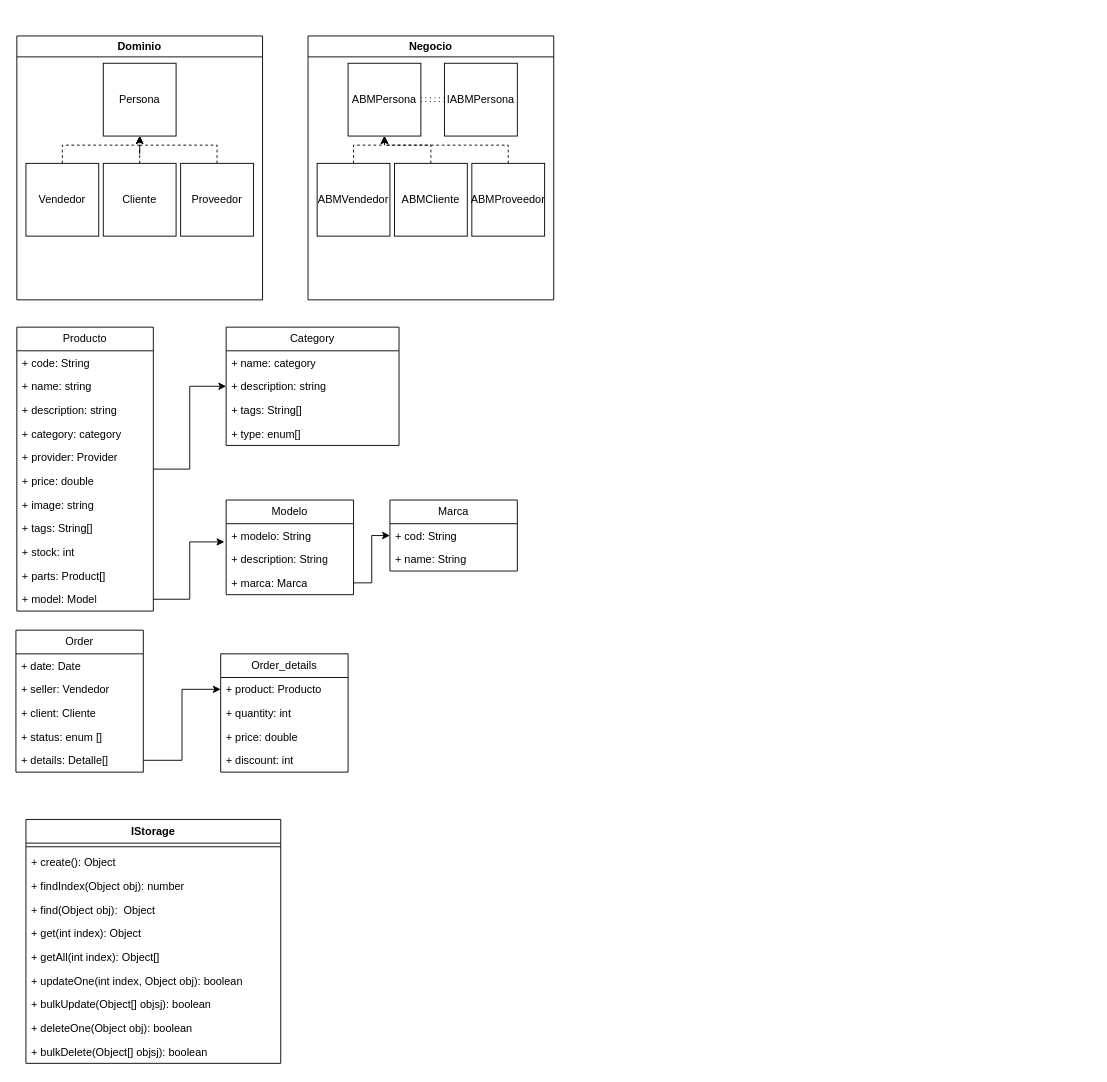
The draw.io diagram classdiagra.drawio in sirferra/practico-interfaz-grafica, before the edit. Source tidied: cells renumbered, new cells numbered last; positions are measured from the earlier drawing's top-left corner, leaving out a move shared by most shapes. Both pictures are drawn from the tidied source at 91%, with x=0, y=0 at pixel (15, 35).
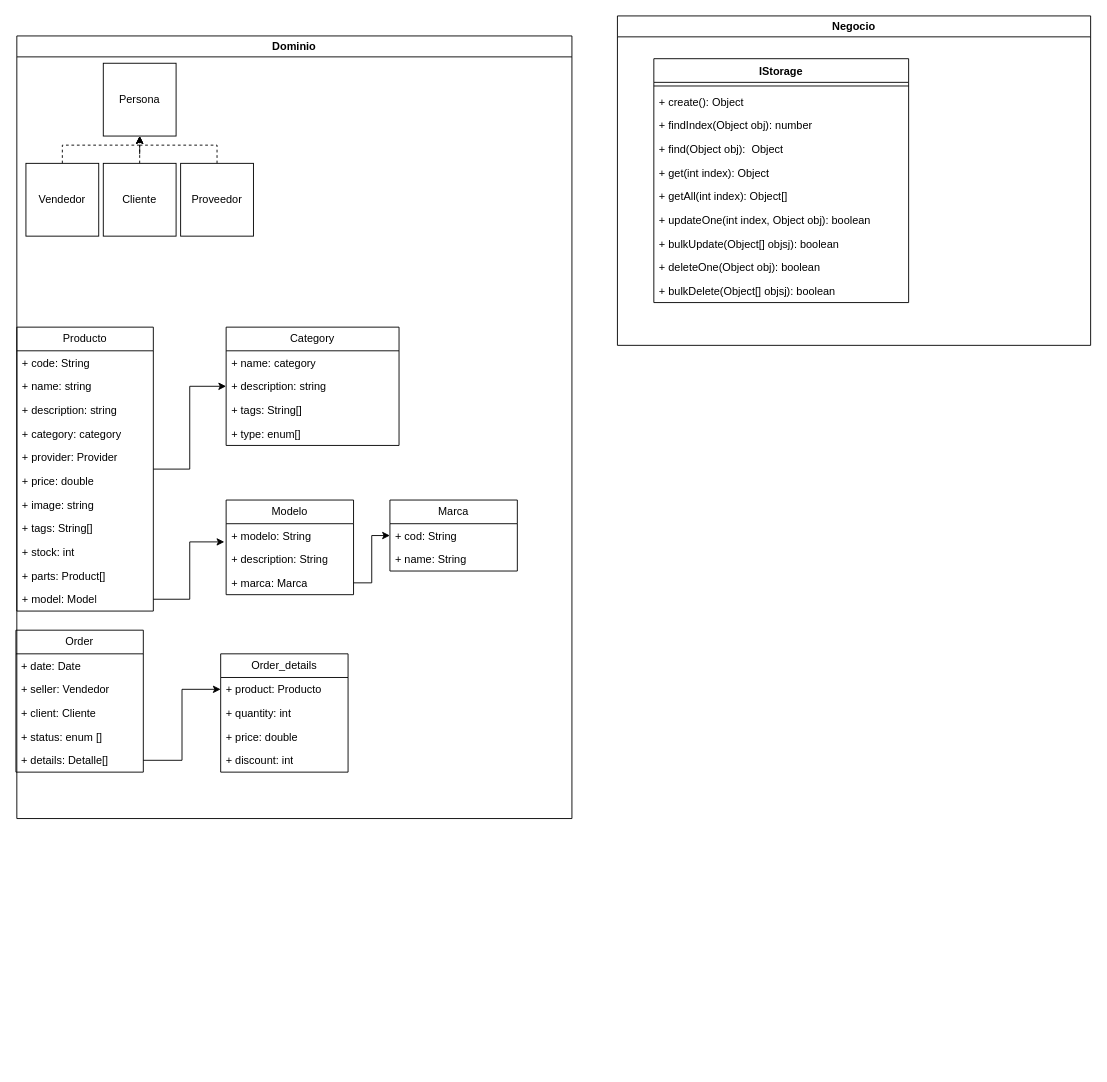
The same page after the edit.

Commit message:
chore: actualizo classDiagram

What changed in the source:
```diff
@@
     <mxCell id="2" value="Dominio" style="swimlane;whiteSpace=wrap;html=1;" parent="1" vertex="1">
-      <mxGeometry x="1" width="270" height="290" as="geometry" />
+      <mxGeometry x="1" width="610" height="860" as="geometry" />
     </mxCell>
@@
     <mxCell id="10" value="N&lt;span style=&quot;background-color: initial;&quot;&gt;egocio&lt;/span&gt;" style="swimlane;whiteSpace=wrap;html=1;" parent="1" vertex="1">
-      <mxGeometry x="321" width="270" height="290" as="geometry" />
+      <mxGeometry x="661" y="-22" width="520" height="362" as="geometry" />
     </mxCell>
-    <mxCell id="11" value="&lt;div&gt;&lt;span style=&quot;background-color: initial;&quot;&gt;ABMPersona&lt;/span&gt;&lt;br&gt;&lt;/div&gt;" style="whiteSpace=wrap;html=1;" parent="10" vertex="1">
-      <mxGeometry x="44" y="30" width="80" height="80" as="geometry" />
-    </mxCell>
-    <mxCell id="12" style="edgeStyle=orthogonalEdgeStyle;rounded=0;jettySize=auto;html=1;entryX=0.5;entryY=1;entryDx=0;entryDy=0;dashed=1;" parent="10" edge="1" source="13" target="11">
-      <mxGeometry relative="1" as="geometry">
-        <Array as="points">
-          <mxPoint x="50" y="120" />
-          <mxPoint x="84" y="120" />
-        </Array>
-      </mxGeometry>
-    </mxCell>
-    <mxCell id="13" value="ABMVendedor" style="whiteSpace=wrap;html=1;" parent="10" vertex="1">
-      <mxGeometry x="10" y="140" width="80" height="80" as="geometry" />
-    </mxCell>
-    <mxCell id="14" style="edgeStyle=orthogonalEdgeStyle;rounded=0;jettySize=auto;html=1;dashed=1;" parent="10" edge="1" source="15" target="11">
-      <mxGeometry relative="1" as="geometry">
-        <Array as="points">
-          <mxPoint x="135" y="120" />
-          <mxPoint x="84" y="120" />
-        </Array>
-      </mxGeometry>
-    </mxCell>
-    <mxCell id="15" value="ABMCliente" style="whiteSpace=wrap;html=1;" parent="10" vertex="1">
-      <mxGeometry x="95" y="140" width="80" height="80" as="geometry" />
-    </mxCell>
-    <mxCell id="16" style="edgeStyle=orthogonalEdgeStyle;rounded=0;jettySize=auto;html=1;entryX=0.5;entryY=1;entryDx=0;entryDy=0;dashed=1;" parent="10" edge="1" source="17" target="11">
-      <mxGeometry relative="1" as="geometry">
-        <Array as="points">
-          <mxPoint x="220" y="120" />
-          <mxPoint x="84" y="120" />
-        </Array>
-      </mxGeometry>
-    </mxCell>
-    <mxCell id="17" value="ABMProveedor" style="whiteSpace=wrap;html=1;" parent="10" vertex="1">
-      <mxGeometry x="180" y="140" width="80" height="80" as="geometry" />
-    </mxCell>
-    <mxCell id="18" style="edgeStyle=orthogonalEdgeStyle;rounded=0;jettySize=auto;html=1;entryX=1;entryY=0.5;entryDx=0;entryDy=0;dashed=1;dashPattern=1 4;strokeColor=default;shape=link;" parent="10" edge="1" source="19" target="11">
-      <mxGeometry relative="1" as="geometry" />
-    </mxCell>
-    <mxCell id="19" value="&lt;div&gt;&lt;span style=&quot;background-color: initial;&quot;&gt;I&lt;/span&gt;&lt;span style=&quot;background-color: initial;&quot;&gt;ABMPersona&lt;/span&gt;&lt;/div&gt;" style="whiteSpace=wrap;html=1;" parent="10" vertex="1">
-      <mxGeometry x="150" y="30" width="80" height="80" as="geometry" />
-    </mxCell>
@@
     <mxCell id="59" value="IStorage" style="swimlane;fontStyle=1;align=center;verticalAlign=top;horizontal=1;startSize=26;" parent="1" vertex="1">
-      <mxGeometry x="11" y="861" width="280" height="268" as="geometry" />
+      <mxGeometry x="701" y="25" width="280" height="268" as="geometry" />
     </mxCell>
```
